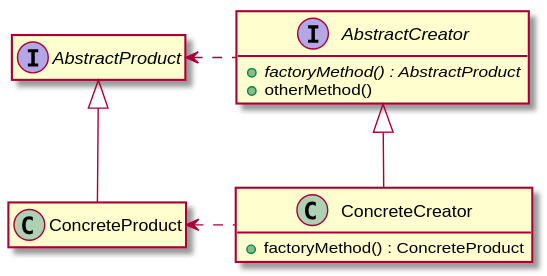
The PlantUML diagram programming/patterns/FactoryMethod/Class.svg in pvc1989/miniWiki, before a commit.
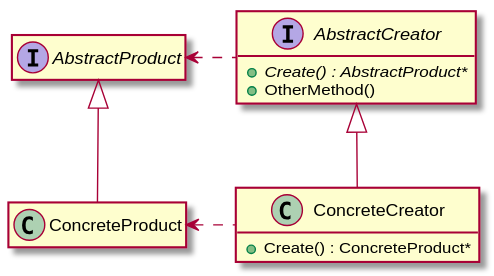
The same file after the commit.

Commit message:
Update diagram and description for Factory-Method.

Diff of the diagram source:
```diff
@@ -1,16 +1,16 @@
 @startuml
+AbstractProduct <. AbstractCreator
+AbstractProduct <|-- ConcreteProduct
+AbstractCreator <|-- ConcreteCreator
+ConcreteProduct <. ConcreteCreator
+
 interface AbstractProduct
 interface AbstractCreator {
-  {abstract} +factoryMethod() : AbstractProduct
-  +otherMethod()
+  {abstract} +Create() : AbstractProduct*
+  +OtherMethod()
 }
-AbstractProduct <.left. AbstractCreator
-
-AbstractProduct <|-- ConcreteProduct
-AbstractCreator <|-- ConcreteCreator
-ConcreteProduct <.left. ConcreteCreator
 class ConcreteCreator {
-  +factoryMethod() : ConcreteProduct
+  +Create() : ConcreteProduct*
 }
 
 hide empty attributes
```
